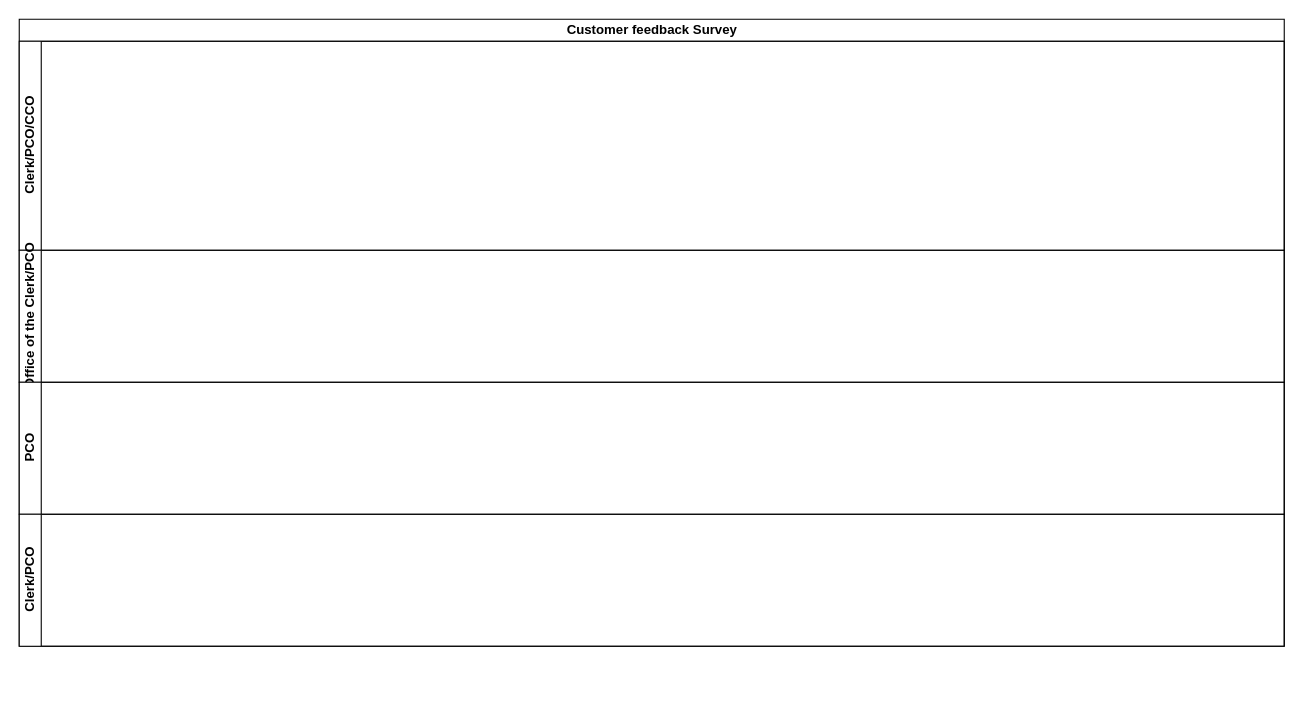
Earlier version of the draw.io diagram Customer feedback survey.drawio (kmagua/flowcharts). Source tidied: cells renumbered, new cells numbered last; positions are measured from the earlier drawing's top-left corner, leaving out a move shared by most shapes. Both pictures are drawn from the tidied source at 110%, with x=0, y=0 at pixel (19, 19).
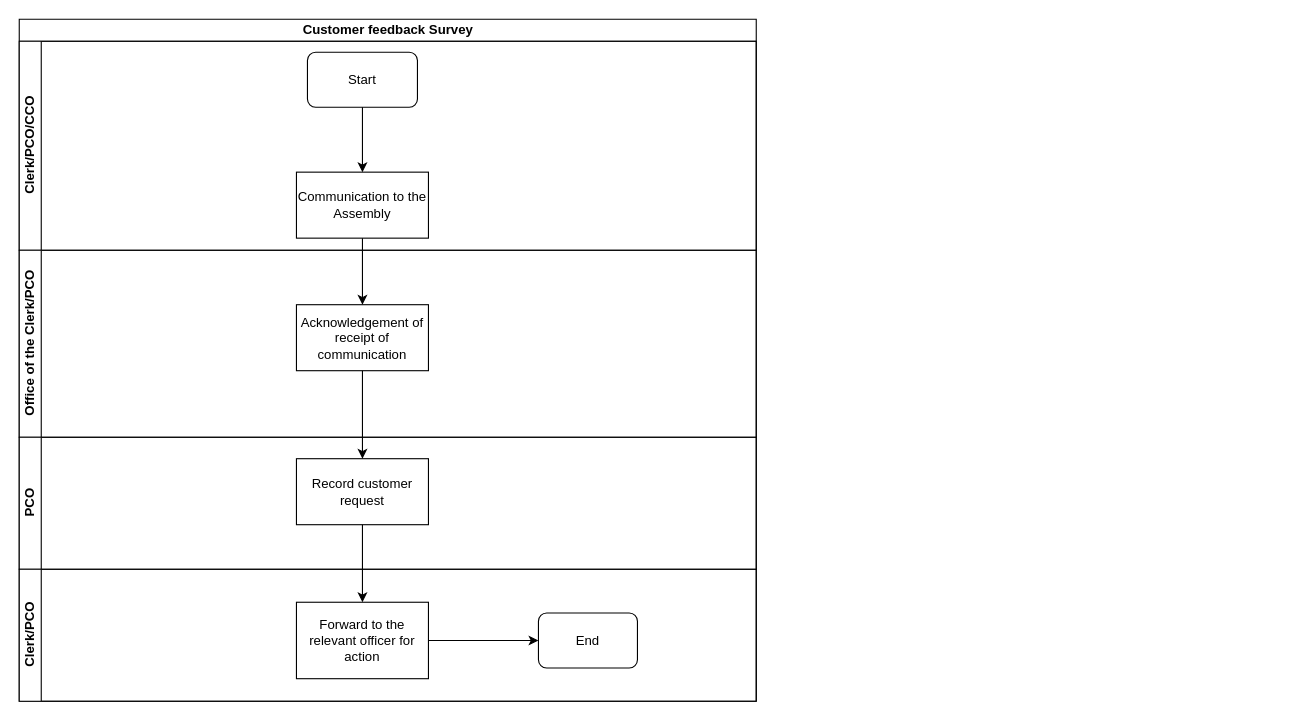
The same diagram, later.

Diff of the diagram source:
```diff
@@
 <mxGraphModel>
   <root>
     <mxCell id="0" />
     <mxCell id="1" parent="0" />
     <mxCell id="2" value="Customer feedback Survey" style="swimlane;html=1;horizontal=1;startSize=20;" parent="1" vertex="1">
-      <mxGeometry width="1150" height="570" as="geometry" />
+      <mxGeometry width="670" height="620" as="geometry" />
     </mxCell>
     <mxCell id="3" value="Clerk/PCO/CCO" style="swimlane;html=1;startSize=20;horizontal=0;" parent="2" vertex="1">
-      <mxGeometry y="20" width="1150" height="190" as="geometry" />
+      <mxGeometry y="20" width="670" height="190" as="geometry" />
     </mxCell>
+    <mxCell id="7" value="Start" style="rounded=1;whiteSpace=wrap;html=1;" parent="3" vertex="1">
+      <mxGeometry x="262" y="10" width="100" height="50" as="geometry" />
+    </mxCell>
+    <mxCell id="8" value="Communication to the Assembly" style="rounded=0;whiteSpace=wrap;html=1;" parent="3" vertex="1">
+      <mxGeometry x="252" y="119" width="120" height="60" as="geometry" />
+    </mxCell>
+    <mxCell id="9" style="edgeStyle=orthogonalEdgeStyle;rounded=0;jettySize=auto;html=1;entryX=0.5;entryY=0;entryDx=0;entryDy=0;" parent="3" edge="1" source="7" target="8">
+      <mxGeometry relative="1" as="geometry" />
+    </mxCell>
     <mxCell id="4" value="Office of the Clerk/PCO" style="swimlane;html=1;startSize=20;horizontal=0;" parent="2" vertex="1">
-      <mxGeometry y="210" width="1150" height="120" as="geometry" />
+      <mxGeometry y="210" width="670" height="170" as="geometry" />
     </mxCell>
+    <mxCell id="10" value="Acknowledgement of receipt of communication" style="whiteSpace=wrap;html=1;rounded=0;" parent="4" vertex="1">
+      <mxGeometry x="252" y="49.5" width="120" height="60" as="geometry" />
+    </mxCell>
     <mxCell id="5" value="PCO" style="swimlane;html=1;startSize=20;horizontal=0;" parent="2" vertex="1">
-      <mxGeometry y="330" width="1150" height="120" as="geometry" />
+      <mxGeometry y="380" width="670" height="120" as="geometry" />
     </mxCell>
+    <mxCell id="11" value="Record customer request" style="whiteSpace=wrap;html=1;rounded=0;" parent="5" vertex="1">
+      <mxGeometry x="252" y="19.5" width="120" height="60" as="geometry" />
+    </mxCell>
     <mxCell id="6" value="Clerk/PCO" style="swimlane;html=1;startSize=20;horizontal=0;" parent="2" vertex="1">
-      <mxGeometry y="450" width="1150" height="120" as="geometry" />
+      <mxGeometry y="500" width="670" height="120" as="geometry" />
     </mxCell>
+    <mxCell id="12" value="Forward to the relevant officer for action" style="whiteSpace=wrap;html=1;rounded=0;" parent="6" vertex="1">
+      <mxGeometry x="252" y="30" width="120" height="69.5" as="geometry" />
+    </mxCell>
+    <mxCell id="13" value="End" style="rounded=1;whiteSpace=wrap;html=1;" parent="6" vertex="1">
+      <mxGeometry x="472" y="39.8" width="90" height="50" as="geometry" />
+    </mxCell>
+    <mxCell id="14" style="edgeStyle=orthogonalEdgeStyle;rounded=0;jettySize=auto;html=1;entryX=0;entryY=0.5;entryDx=0;entryDy=0;" parent="6" edge="1" source="12" target="13">
+      <mxGeometry relative="1" as="geometry" />
+    </mxCell>
+    <mxCell id="15" style="edgeStyle=orthogonalEdgeStyle;rounded=0;jettySize=auto;html=1;" parent="2" edge="1" source="8" target="10">
+      <mxGeometry relative="1" as="geometry" />
+    </mxCell>
+    <mxCell id="16" style="edgeStyle=orthogonalEdgeStyle;rounded=0;jettySize=auto;html=1;" parent="2" edge="1" source="10" target="11">
+      <mxGeometry relative="1" as="geometry" />
+    </mxCell>
+    <mxCell id="17" style="edgeStyle=orthogonalEdgeStyle;rounded=0;jettySize=auto;html=1;" parent="2" edge="1" source="11" target="12">
+      <mxGeometry relative="1" as="geometry" />
+    </mxCell>
   </root>
 </mxGraphModel>
```
